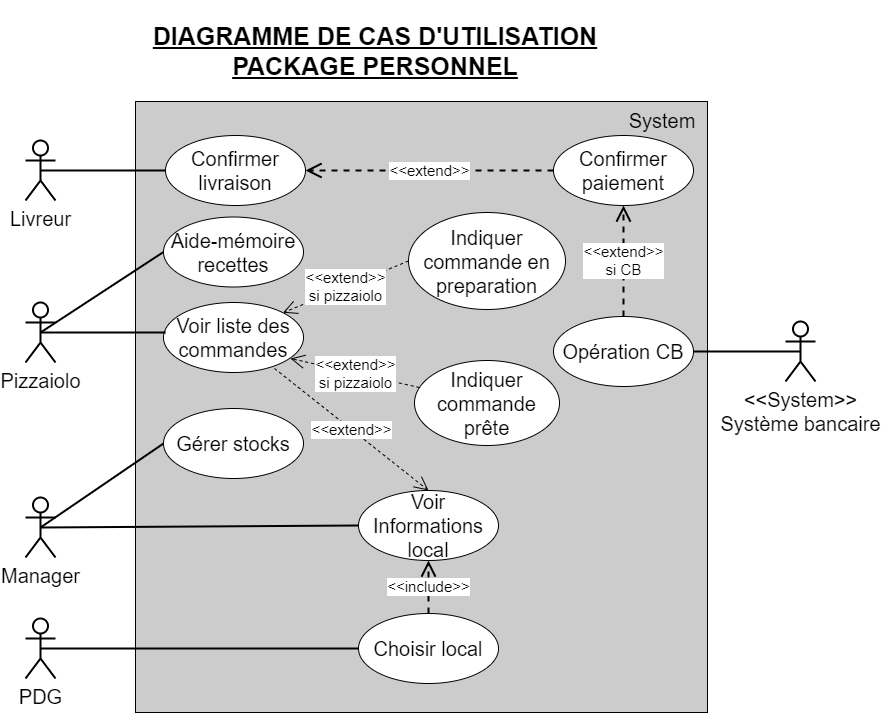
Tony380/Projet4 keeps this draw.io diagram as diagrammes/diagramme de cas d'utilisation - personel.png. Above is the earlier version. Source tidied: cells renumbered, new cells last; positions are measured from the earlier drawing's top-left corner, leaving out a move shared by most shapes.
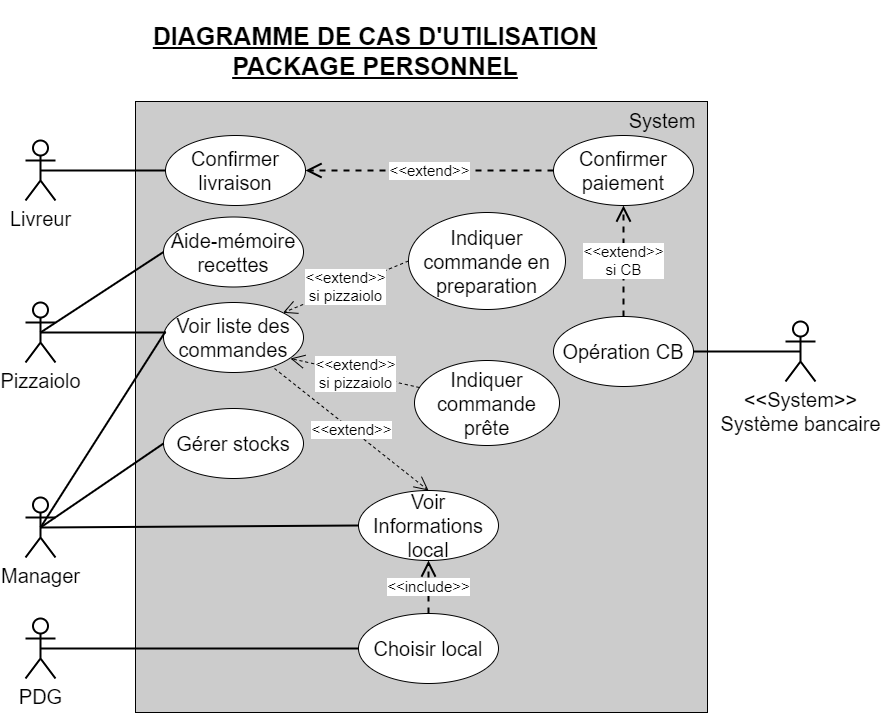
After the change.

Commit message:
Correction solution technique

Diff of the diagram source:
```diff
@@ -99,5 +99,8 @@
     <mxCell id="32" value="&lt;font style=&quot;font-size: 15px&quot;&gt;&amp;lt;&amp;lt;extend&amp;gt;&amp;gt;&lt;/font&gt;" style="endArrow=open;endSize=12;dashed=1;html=1;exitX=0.793;exitY=0.943;exitDx=0;exitDy=0;exitPerimeter=0;entryX=0.5;entryY=0;entryDx=0;entryDy=0;" parent="1" edge="1" source="9" target="11">
       <mxGeometry relative="1" as="geometry" />
     </mxCell>
+    <mxCell id="33" style="endArrow=none;html=1;exitX=0.5;exitY=0.5;exitDx=0;exitDy=0;exitPerimeter=0;entryX=0.014;entryY=0.414;entryDx=0;entryDy=0;entryPerimeter=0;strokeWidth=2;" parent="1" edge="1" source="5" target="9">
+      <mxGeometry relative="1" as="geometry" />
+    </mxCell>
   </root>
 </mxGraphModel>
```
